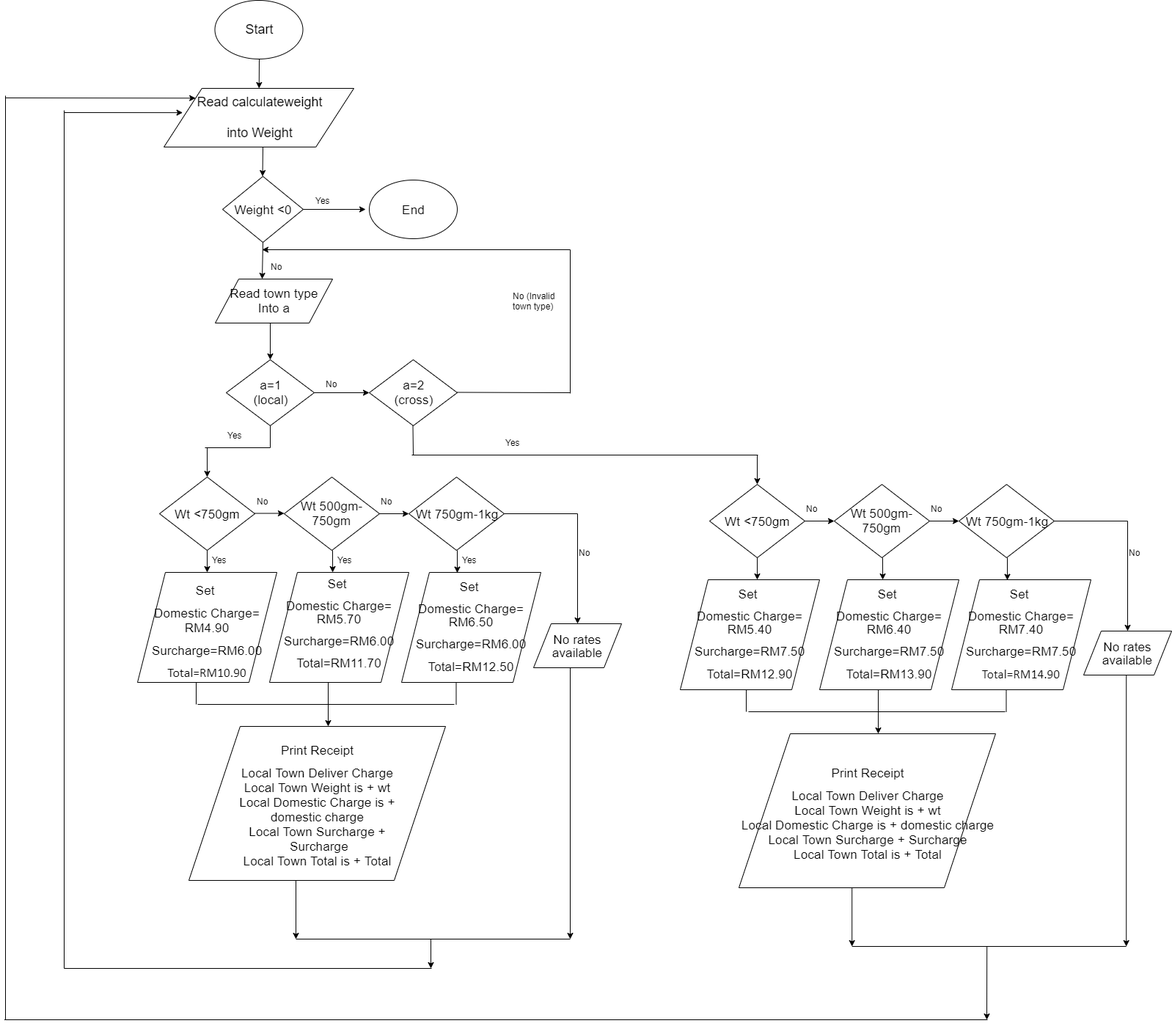
gohfangyao/Same-Day-Delivery keeps this draw.io diagram as flowchart assign 2.png. Above is the earlier version. Source tidied: cells renumbered, new cells last; positions are measured from the earlier drawing's top-left corner, leaving out a move shared by most shapes.
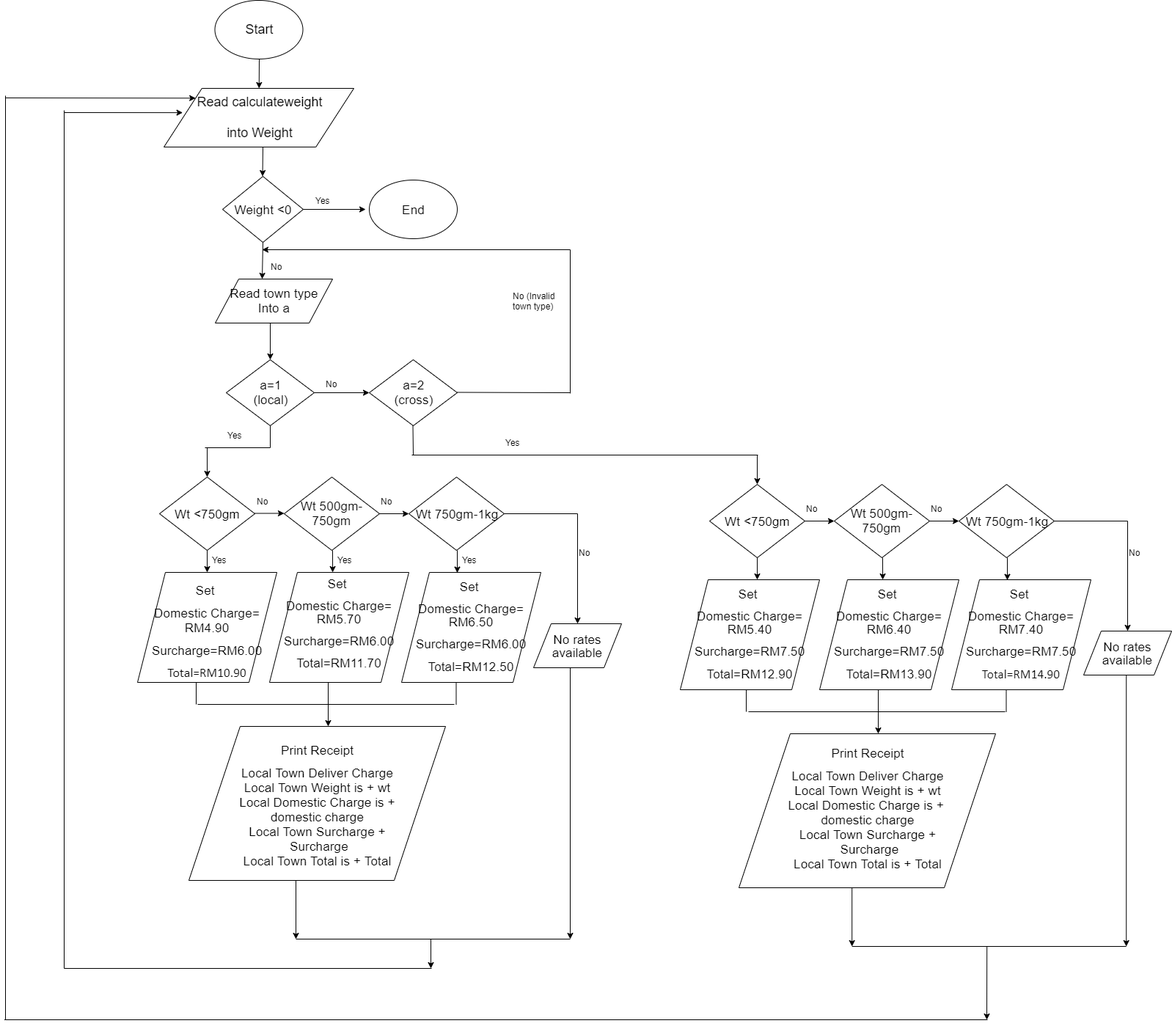
Above is the later version.

Diff of the diagram source:
```diff
@@ -177,7 +177,7 @@
     <mxCell id="42" value="&lt;p class=&quot;MsoNormal&quot; align=&quot;center&quot;&gt;&lt;span style=&quot;font-size: 13.0pt ; line-height: 107%&quot;&gt;Set&amp;nbsp;&lt;/span&gt;&lt;/p&gt;&lt;p class=&quot;MsoNormal&quot; align=&quot;center&quot;&gt;&lt;span style=&quot;font-size: 13.0pt ; line-height: 107%&quot;&gt;Domestic Charge= RM7.40&lt;/span&gt;&lt;/p&gt;&lt;p class=&quot;MsoNormal&quot; align=&quot;center&quot;&gt;&lt;span style=&quot;font-size: 13.0pt ; line-height: 107%&quot;&gt;Surcharge=RM7.50&lt;/span&gt;&lt;/p&gt;&lt;p class=&quot;MsoNormal&quot; align=&quot;center&quot;&gt;&lt;span style=&quot;font-family: &amp;#34;calibri&amp;#34; , sans-serif ; font-size: 13pt&quot;&gt;Total=RM14.90&lt;/span&gt;&lt;/p&gt;" style="shape=parallelogram;perimeter=parallelogramPerimeter;whiteSpace=wrap;html=1;" parent="1" vertex="1">
       <mxGeometry x="1292" y="790" width="190" height="150" as="geometry" />
     </mxCell>
-    <mxCell id="43" value="&lt;p class=&quot;MsoNormal&quot; align=&quot;center&quot;&gt;&lt;span style=&quot;font-size: 13.0pt ; line-height: 107%&quot;&gt;Print Receipt&lt;/span&gt;&lt;/p&gt;&lt;span style=&quot;font-size: 13pt&quot;&gt;Local Town Deliver Charge&lt;/span&gt;&lt;br&gt;&lt;span style=&quot;font-size: 13pt&quot;&gt;Local Town Weight is + wt&lt;/span&gt;&lt;br&gt;&lt;span style=&quot;font-size: 13pt&quot;&gt;Local Domestic Charge is + domestic&amp;nbsp;&lt;/span&gt;&lt;span style=&quot;font-size: 13pt&quot;&gt;charge&lt;/span&gt;&lt;span style=&quot;font-size: 13pt&quot;&gt;&lt;br&gt;&lt;/span&gt;&lt;span style=&quot;font-size: 13pt&quot;&gt;Local Town Surcharge + Surcharge&lt;/span&gt;&lt;br&gt;&lt;span style=&quot;font-size: 13pt&quot;&gt;Local Town Total is + Total&lt;/span&gt;" style="shape=parallelogram;perimeter=parallelogramPerimeter;whiteSpace=wrap;html=1;" parent="1" vertex="1">
+    <mxCell id="43" value="&lt;p class=&quot;MsoNormal&quot; align=&quot;center&quot;&gt;&lt;span style=&quot;font-size: 13pt ; line-height: 18.5467px&quot;&gt;Print Receipt&lt;/span&gt;&lt;/p&gt;&lt;p class=&quot;MsoNormal&quot; align=&quot;center&quot;&gt;&lt;span style=&quot;font-size: 13pt&quot;&gt;Local Town Deliver Charge&lt;/span&gt;&lt;br&gt;&lt;span style=&quot;font-size: 13pt&quot;&gt;Local Town Weight is + wt&lt;/span&gt;&lt;br&gt;&lt;span style=&quot;font-size: 13pt&quot;&gt;Local Domestic Charge is +&amp;nbsp;&lt;br&gt;domestic&amp;nbsp;&lt;/span&gt;&lt;span style=&quot;font-size: 13pt&quot;&gt;charge&lt;/span&gt;&lt;span style=&quot;font-size: 13pt&quot;&gt;&lt;br&gt;&lt;/span&gt;&lt;span style=&quot;font-size: 13pt&quot;&gt;Local Town Surcharge +&lt;br&gt;&amp;nbsp;Surcharge&lt;/span&gt;&lt;br&gt;&lt;span style=&quot;font-size: 13pt&quot;&gt;Local Town Total is + Total&lt;/span&gt;&lt;br&gt;&lt;/p&gt;" style="shape=parallelogram;perimeter=parallelogramPerimeter;whiteSpace=wrap;html=1;" parent="1" vertex="1">
       <mxGeometry x="1002" y="1000" width="350" height="210" as="geometry" />
     </mxCell>
     <mxCell id="44" value="&lt;p class=&quot;MsoNormal&quot; align=&quot;center&quot;&gt;&lt;span style=&quot;font-size: 13.0pt ; line-height: 107%&quot;&gt;No rates available&lt;/span&gt;&lt;/p&gt;" style="shape=parallelogram;perimeter=parallelogramPerimeter;whiteSpace=wrap;html=1;" parent="1" vertex="1">
```
